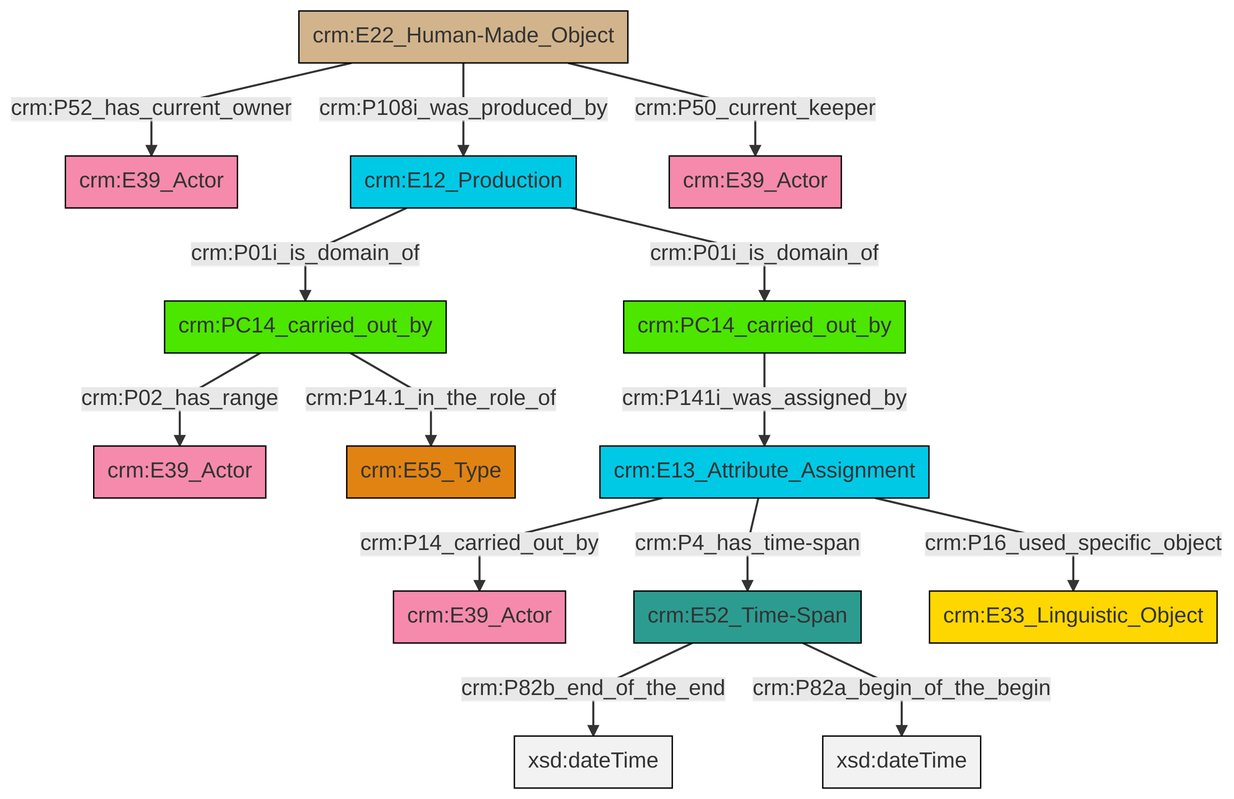
Before: et/carrierCSV/ttl/mmd/png/carrier_relations.png, a diagram exported from Mermaid (swiss-art-research-net/docs.swissartresearch). Its source is kept beside it as et/carrierCSV/ttl/mmd/carrier_relations.ttl.mmd.
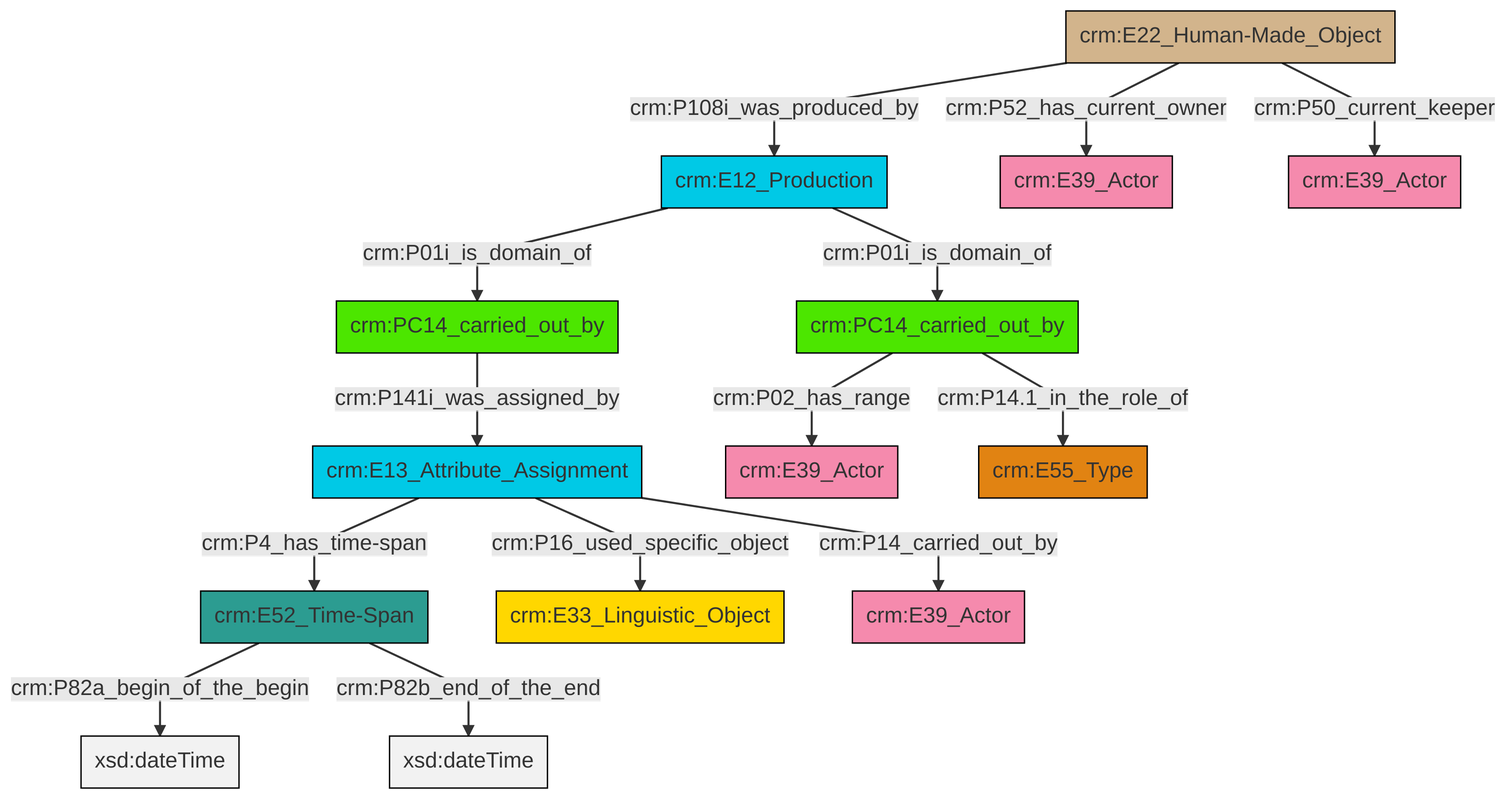
The same diagram one commit later.

Change to the diagram source:
```diff
@@ -13,16 +13,16 @@
 classDef PC_Classes fill:#4ce600, stroke:#000000;
 classDef Multi fill:#cccccc,stroke:#000000;
 
-0["crm:E22_Human-Made_Object"]:::Physical_Thing -->|crm:P52_has_current_owner| 1["crm:E39_Actor"]:::Actor
-7["crm:E13_Attribute_Assignment"]:::Temporal_Entity -->|crm:P14_carried_out_by| 8["crm:E39_Actor"]:::Actor
-3["crm:E52_Time-Span"]:::Time-Span -->|crm:P82b_end_of_the_end| 9[xsd:dateTime]:::Literal
-10["crm:E12_Production"]:::Temporal_Entity -->|crm:P01i_is_domain_of| 11["crm:PC14_carried_out_by"]:::PC_Classes
-7["crm:E13_Attribute_Assignment"]:::Temporal_Entity -->|crm:P4_has_time-span| 3["crm:E52_Time-Span"]:::Time-Span
-7["crm:E13_Attribute_Assignment"]:::Temporal_Entity -->|crm:P16_used_specific_object| 17["crm:E33_Linguistic_Object"]:::Conceptual_Object
-13["crm:PC14_carried_out_by"]:::PC_Classes -->|crm:P141i_was_assigned_by| 7["crm:E13_Attribute_Assignment"]:::Temporal_Entity
-0["crm:E22_Human-Made_Object"]:::Physical_Thing -->|crm:P108i_was_produced_by| 10["crm:E12_Production"]:::Temporal_Entity
-3["crm:E52_Time-Span"]:::Time-Span -->|crm:P82a_begin_of_the_begin| 21[xsd:dateTime]:::Literal
-11["crm:PC14_carried_out_by"]:::PC_Classes -->|crm:P02_has_range| 15["crm:E39_Actor"]:::Actor
-11["crm:PC14_carried_out_by"]:::PC_Classes -->|crm:P14.1_in_the_role_of| 5["crm:E55_Type"]:::Type
-0["crm:E22_Human-Made_Object"]:::Physical_Thing -->|crm:P50_current_keeper| 18["crm:E39_Actor"]:::Actor
-10["crm:E12_Production"]:::Temporal_Entity -->|crm:P01i_is_domain_of| 13["crm:PC14_carried_out_by"]:::PC_Classes
+0["crm:E13_Attribute_Assignment"]:::Temporal_Entity -->|crm:P16_used_specific_object| 4["crm:E33_Linguistic_Object"]:::Conceptual_Object
+5["crm:E22_Human-Made_Object"]:::Physical_Thing -->|crm:P108i_was_produced_by| 6["crm:E12_Production"]:::Temporal_Entity
+0["crm:E13_Attribute_Assignment"]:::Temporal_Entity -->|crm:P14_carried_out_by| 9["crm:E39_Actor"]:::Actor
+11["crm:PC14_carried_out_by"]:::PC_Classes -->|crm:P02_has_range| 12["crm:E39_Actor"]:::Actor
+0["crm:E13_Attribute_Assignment"]:::Temporal_Entity -->|crm:P4_has_time-span| 2["crm:E52_Time-Span"]:::Time-Span
+2["crm:E52_Time-Span"]:::Time-Span -->|crm:P82a_begin_of_the_begin| 16[xsd:dateTime]:::Literal
+11["crm:PC14_carried_out_by"]:::PC_Classes -->|crm:P14.1_in_the_role_of| 13["crm:E55_Type"]:::Type
+2["crm:E52_Time-Span"]:::Time-Span -->|crm:P82b_end_of_the_end| 20[xsd:dateTime]:::Literal
+5["crm:E22_Human-Made_Object"]:::Physical_Thing -->|crm:P52_has_current_owner| 7["crm:E39_Actor"]:::Actor
+22["crm:PC14_carried_out_by"]:::PC_Classes -->|crm:P141i_was_assigned_by| 0["crm:E13_Attribute_Assignment"]:::Temporal_Entity
+6["crm:E12_Production"]:::Temporal_Entity -->|crm:P01i_is_domain_of| 11["crm:PC14_carried_out_by"]:::PC_Classes
+5["crm:E22_Human-Made_Object"]:::Physical_Thing -->|crm:P50_current_keeper| 18["crm:E39_Actor"]:::Actor
+6["crm:E12_Production"]:::Temporal_Entity -->|crm:P01i_is_domain_of| 22["crm:PC14_carried_out_by"]:::PC_Classes
```
